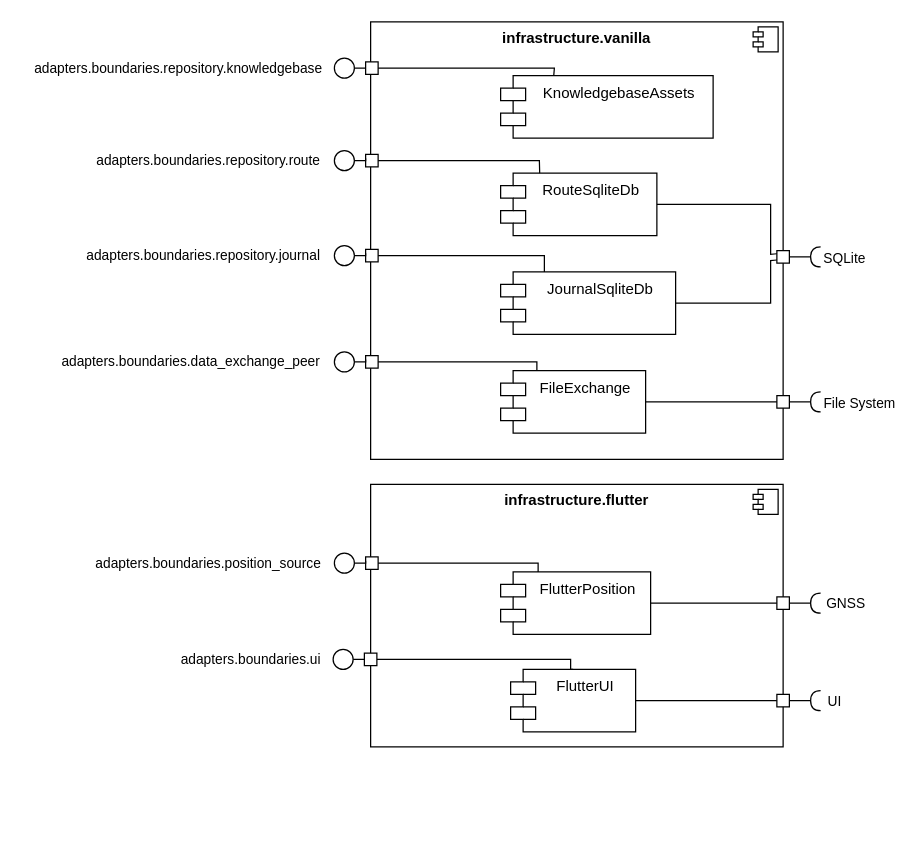
aardjon/trad keeps this draw.io diagram as doc/bbview_level2_infrastructure.drawio. Above is the earlier version. Source tidied: cells renumbered, new cells numbered last; positions are measured from the earlier drawing's top-left corner, leaving out a move shared by most shapes. Both pictures are drawn from the tidied source at 125%, with x=0, y=0 at pixel (21, 21).
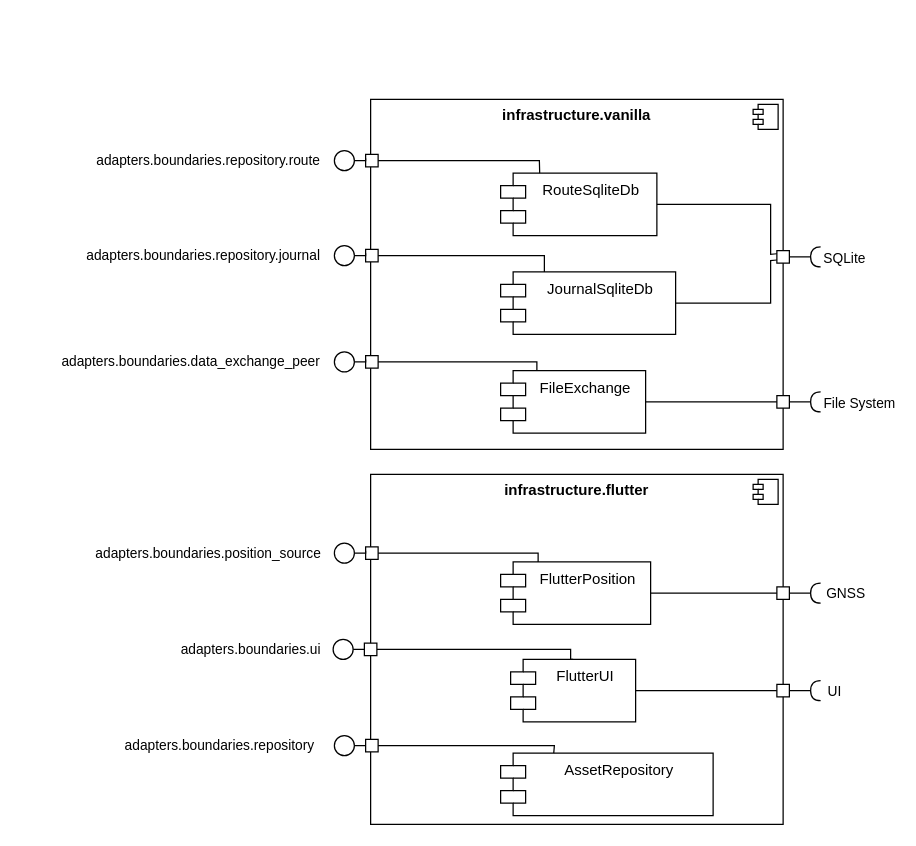
After the change.

Commit message (it also covers changes not shown here):
📝 Update architecture diagrams

The edit, as a diff of the source:
```diff
@@
     <mxCell id="2" value="&lt;p style=&quot;margin:0px;margin-top:6px;text-align:center;&quot;&gt;&lt;b&gt;infrastructure.flutter&lt;/b&gt;&lt;/p&gt;" style="align=left;overflow=fill;html=1;whiteSpace=wrap;" parent="1" vertex="1">
-      <mxGeometry x="279" y="370" width="330" height="210" as="geometry" />
+      <mxGeometry x="279" y="362" width="330" height="280" as="geometry" />
     </mxCell>
@@
     <mxCell id="4" value="&lt;p style=&quot;margin:0px;margin-top:6px;text-align:center;&quot;&gt;&lt;b&gt;infrastructure.vanilla&lt;/b&gt;&lt;/p&gt;" style="align=left;overflow=fill;html=1;whiteSpace=wrap;" parent="1" vertex="1">
-      <mxGeometry x="279" width="330" height="350" as="geometry" />
+      <mxGeometry x="279" y="62" width="330" height="280" as="geometry" />
     </mxCell>
@@
-    <mxCell id="6" style="edgeStyle=orthogonalEdgeStyle;rounded=0;jettySize=auto;html=1;exitX=1;exitY=0.5;exitDx=0;exitDy=0;endArrow=none;endFill=0;" parent="1" edge="1" source="12">
-      <mxGeometry relative="1" as="geometry">
-        <mxPoint x="280" y="35" as="targetPoint" />
-      </mxGeometry>
-    </mxCell>
-    <mxCell id="7" style="whiteSpace=wrap;html=1;" parent="1" vertex="1">
-      <mxGeometry x="275" y="32" width="10" height="10" as="geometry" />
-    </mxCell>
@@
     <mxCell id="11" style="whiteSpace=wrap;html=1;" parent="1" vertex="1">
-      <mxGeometry x="275" y="428" width="10" height="10" as="geometry" />
+      <mxGeometry x="275" y="420" width="10" height="10" as="geometry" />
     </mxCell>
-    <mxCell id="12" style="ellipse;whiteSpace=wrap;html=1;" parent="1" vertex="1">
-      <mxGeometry x="250" y="29" width="16" height="16" as="geometry" />
-    </mxCell>
@@
     <mxCell id="19" style="edgeStyle=orthogonalEdgeStyle;rounded=0;jettySize=auto;html=1;exitX=1;exitY=0.5;exitDx=0;exitDy=0;endArrow=none;endFill=0;" parent="1" edge="1" source="20">
       <mxGeometry relative="1" as="geometry">
-        <mxPoint x="275" y="431" as="targetPoint" />
+        <mxPoint x="275" y="423" as="targetPoint" />
       </mxGeometry>
     </mxCell>
     <mxCell id="20" style="ellipse;whiteSpace=wrap;html=1;" parent="1" vertex="1">
-      <mxGeometry x="250" y="425" width="16" height="16" as="geometry" />
+      <mxGeometry x="250" y="417" width="16" height="16" as="geometry" />
     </mxCell>
     <mxCell id="21" style="edgeStyle=orthogonalEdgeStyle;rounded=0;jettySize=auto;html=1;exitX=0.5;exitY=0;exitDx=0;exitDy=0;entryX=1;entryY=0.5;entryDx=0;entryDy=0;endArrow=none;endFill=0;" parent="1" edge="1" source="22" target="27">
       <mxGeometry relative="1" as="geometry">
         <Array as="points">
-          <mxPoint x="439" y="518" />
           <mxPoint x="439" y="510" />
+          <mxPoint x="439" y="502" />
         </Array>
       </mxGeometry>
     </mxCell>
     <mxCell id="22" value="Flut&lt;span style=&quot;background-color: initial;&quot;&gt;terUI&lt;/span&gt;" style="shape=module;align=left;spacingLeft=20;align=center;verticalAlign=top;whiteSpace=wrap;html=1;" parent="1" vertex="1">
-      <mxGeometry x="391" y="518" width="100" height="50" as="geometry" />
+      <mxGeometry x="391" y="510" width="100" height="50" as="geometry" />
     </mxCell>
     <mxCell id="23" value="FlutterPosition" style="shape=module;align=left;spacingLeft=20;align=center;verticalAlign=top;whiteSpace=wrap;html=1;" parent="1" vertex="1">
-      <mxGeometry x="383" y="440" width="120" height="50" as="geometry" />
+      <mxGeometry x="383" y="432" width="120" height="50" as="geometry" />
     </mxCell>
@@
-    <mxCell id="26" value="KnowledgebaseAssets" style="shape=module;align=left;spacingLeft=20;align=center;verticalAlign=top;whiteSpace=wrap;html=1;" parent="1" vertex="1">
-      <mxGeometry x="383" y="43" width="170" height="50" as="geometry" />
-    </mxCell>
     <mxCell id="27" style="whiteSpace=wrap;html=1;" parent="1" vertex="1">
-      <mxGeometry x="274" y="505" width="10" height="10" as="geometry" />
+      <mxGeometry x="274" y="497" width="10" height="10" as="geometry" />
     </mxCell>
-    <mxCell id="28" value="&lt;font style=&quot;font-size: 11px;&quot;&gt;adapters.boundaries.repository.knowledgebase&lt;/font&gt;" style="text;html=1;align=center;verticalAlign=middle;strokeColor=none;fillColor=none;" parent="1" vertex="1">
-      <mxGeometry y="22" width="250" height="30" as="geometry" />
-    </mxCell>
@@
     <mxCell id="35" value="&lt;font style=&quot;font-size: 11px;&quot;&gt;adapters.boundaries.position_source&lt;/font&gt;" style="text;html=1;align=center;verticalAlign=middle;strokeColor=none;fillColor=none;" parent="1" vertex="1">
-      <mxGeometry x="49" y="418" width="200" height="30" as="geometry" />
+      <mxGeometry x="49" y="410" width="200" height="30" as="geometry" />
     </mxCell>
     <mxCell id="36" style="ellipse;whiteSpace=wrap;html=1;" parent="1" vertex="1">
-      <mxGeometry x="249" y="502" width="16" height="16" as="geometry" />
+      <mxGeometry x="249" y="494" width="16" height="16" as="geometry" />
     </mxCell>
@@
     <mxCell id="38" value="&lt;font style=&quot;font-size: 11px;&quot;&gt;adapters.boundaries.ui&lt;/font&gt;" style="text;html=1;align=center;verticalAlign=middle;strokeColor=none;fillColor=none;" parent="1" vertex="1">
-      <mxGeometry x="118" y="495" width="130" height="30" as="geometry" />
+      <mxGeometry x="118" y="487" width="130" height="30" as="geometry" />
     </mxCell>
-    <mxCell id="39" style="endArrow=none;html=1;rounded=0;entryX=0.25;entryY=0;entryDx=0;entryDy=0;exitX=1;exitY=0.5;exitDx=0;exitDy=0;" parent="1" edge="1" source="7" target="26">
-      <mxGeometry relative="1" as="geometry">
-        <Array as="points">
-          <mxPoint x="426" y="37" />
-        </Array>
-      </mxGeometry>
-    </mxCell>
     <mxCell id="40" style="endArrow=none;html=1;rounded=0;entryX=0.25;entryY=0;entryDx=0;entryDy=0;exitX=1;exitY=0.5;exitDx=0;exitDy=0;" parent="1" edge="1" source="11" target="23">
       <mxGeometry relative="1" as="geometry">
         <Array as="points">
-          <mxPoint x="413" y="433" />
+          <mxPoint x="413" y="425" />
         </Array>
       </mxGeometry>
     </mxCell>
@@
     <mxCell id="42" style="whiteSpace=wrap;html=1;" parent="1" vertex="1">
-      <mxGeometry x="604" y="460" width="10" height="10" as="geometry" />
+      <mxGeometry x="604" y="452" width="10" height="10" as="geometry" />
     </mxCell>
     <mxCell id="43" style="rounded=0;jettySize=auto;html=1;endArrow=halfCircle;endFill=0;endSize=6;strokeWidth=1;sketch=0;fontSize=12;curved=1;exitX=1;exitY=0.5;exitDx=0;exitDy=0;" parent="1" edge="1" source="42">
       <mxGeometry relative="1" as="geometry">
-        <mxPoint x="639" y="465" as="targetPoint" />
+        <mxPoint x="639" y="457" as="targetPoint" />
       </mxGeometry>
     </mxCell>
@@
     <mxCell id="45" style="ellipse;whiteSpace=wrap;html=1;align=center;fillColor=none;strokeColor=none;perimeter=centerPerimeter;" parent="1" vertex="1">
-      <mxGeometry x="659" y="462" width="10" height="10" as="geometry" />
+      <mxGeometry x="659" y="454" width="10" height="10" as="geometry" />
     </mxCell>
     <mxCell id="46" style="whiteSpace=wrap;html=1;" parent="1" vertex="1">
-      <mxGeometry x="604" y="538" width="10" height="10" as="geometry" />
+      <mxGeometry x="604" y="530" width="10" height="10" as="geometry" />
     </mxCell>
     <mxCell id="47" style="rounded=0;jettySize=auto;html=1;endArrow=halfCircle;endFill=0;endSize=6;strokeWidth=1;sketch=0;fontSize=12;curved=1;exitX=1;exitY=0.5;exitDx=0;exitDy=0;" parent="1" edge="1" source="46">
       <mxGeometry relative="1" as="geometry">
-        <mxPoint x="639" y="543" as="targetPoint" />
+        <mxPoint x="639" y="535" as="targetPoint" />
       </mxGeometry>
     </mxCell>
@@
+    <mxCell id="60" style="edgeStyle=orthogonalEdgeStyle;rounded=0;jettySize=auto;html=1;exitX=1;exitY=0.5;exitDx=0;exitDy=0;endArrow=none;endFill=0;" parent="1" edge="1" source="62">
+      <mxGeometry relative="1" as="geometry">
+        <mxPoint x="280" y="577" as="targetPoint" />
+      </mxGeometry>
+    </mxCell>
+    <mxCell id="61" style="whiteSpace=wrap;html=1;" parent="1" vertex="1">
+      <mxGeometry x="275" y="574" width="10" height="10" as="geometry" />
+    </mxCell>
+    <mxCell id="62" style="ellipse;whiteSpace=wrap;html=1;" parent="1" vertex="1">
+      <mxGeometry x="250" y="571" width="16" height="16" as="geometry" />
+    </mxCell>
+    <mxCell id="63" value="AssetRepository" style="shape=module;align=left;spacingLeft=20;align=center;verticalAlign=top;whiteSpace=wrap;html=1;" parent="1" vertex="1">
+      <mxGeometry x="383" y="585" width="170" height="50" as="geometry" />
+    </mxCell>
+    <mxCell id="64" value="&lt;font style=&quot;font-size: 11px;&quot;&gt;adapters.boundaries.repository&lt;/font&gt;" style="text;html=1;align=center;verticalAlign=middle;strokeColor=none;fillColor=none;" parent="1" vertex="1">
+      <mxGeometry x="68" y="564" width="180" height="30" as="geometry" />
+    </mxCell>
+    <mxCell id="65" style="endArrow=none;html=1;rounded=0;entryX=0.25;entryY=0;entryDx=0;entryDy=0;exitX=1;exitY=0.5;exitDx=0;exitDy=0;" parent="1" edge="1" source="61" target="63">
+      <mxGeometry relative="1" as="geometry">
+        <Array as="points">
+          <mxPoint x="426" y="579" />
+        </Array>
+      </mxGeometry>
+    </mxCell>
```
